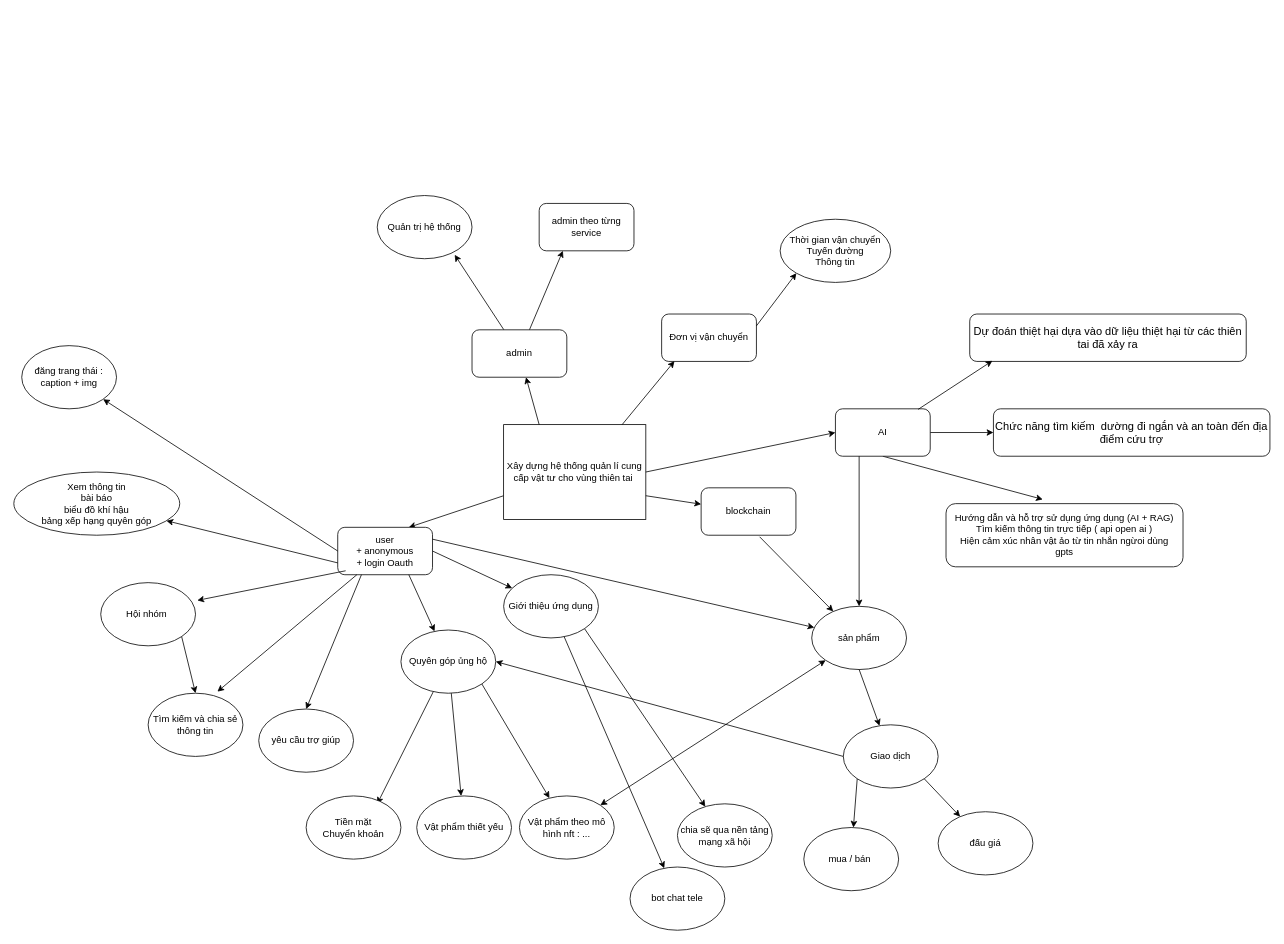
The draw.io diagram design.dio in cnkhUtc2/design, before the edit. Source tidied: cells renumbered, new cells numbered last; positions are measured from the earlier drawing's top-left corner, leaving out a move shared by most shapes. Both pictures are drawn from the tidied source at 79%, with x=0, y=0 at pixel (13, 195).
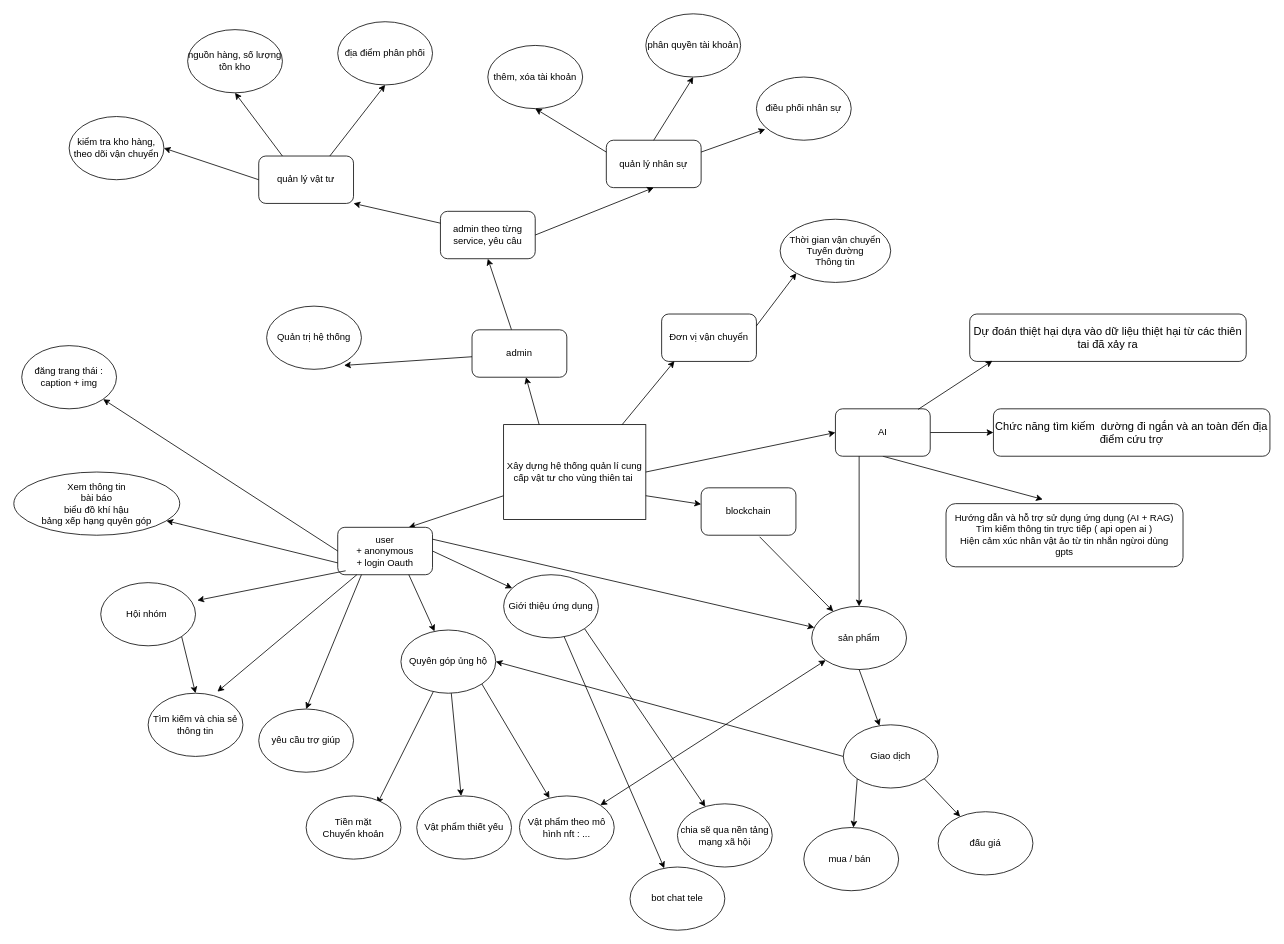
After the change.

Commit message:
thêm các chức năng chính cho admin

The change refers to these unchanged cells:
```xml
<mxCell id="24" value="admin" style="rounded=1;whiteSpace=wrap;html=1;" parent="1" vertex="1">
  <mxGeometry x="580" y="170" width="120" height="60" as="geometry" />
</mxCell>
```

What changed in the source:
```diff
@@
-    <mxCell id="23" style="edgeStyle=none;html=1;entryX=0.25;entryY=1;entryDx=0;entryDy=0;" parent="1" edge="1" source="24" target="61">
+    <mxCell id="23" style="edgeStyle=none;html=1;entryX=0.5;entryY=1;entryDx=0;entryDy=0;" parent="1" edge="1" source="24" target="61">
       <mxGeometry relative="1" as="geometry" />
     </mxCell>
@@
     <mxCell id="25" value="Quản trị hệ thống" style="ellipse;whiteSpace=wrap;html=1;" parent="1" vertex="1">
-      <mxGeometry x="460" width="120" height="80" as="geometry" />
+      <mxGeometry x="320" y="140" width="120" height="80" as="geometry" />
     </mxCell>
@@
-    <mxCell id="61" value="admin theo từng service" style="rounded=1;whiteSpace=wrap;html=1;" parent="1" vertex="1">
-      <mxGeometry x="665" y="10" width="120" height="60" as="geometry" />
+    <mxCell id="61" value="admin theo từng service, yêu câu" style="rounded=1;whiteSpace=wrap;html=1;" parent="1" vertex="1">
+      <mxGeometry x="540" y="20" width="120" height="60" as="geometry" />
     </mxCell>
+    <mxCell id="62" value="quản lý nhân sự" style="rounded=1;whiteSpace=wrap;html=1;" parent="1" vertex="1">
+      <mxGeometry x="750" y="-70" width="120" height="60" as="geometry" />
+    </mxCell>
+    <mxCell id="63" value="quản lý vật tư" style="rounded=1;whiteSpace=wrap;html=1;" parent="1" vertex="1">
+      <mxGeometry x="310" y="-50" width="120" height="60" as="geometry" />
+    </mxCell>
+    <mxCell id="64" value="nguồn hàng, số lượng tồn kho" style="ellipse;whiteSpace=wrap;html=1;" parent="1" vertex="1">
+      <mxGeometry x="220" y="-210" width="120" height="80" as="geometry" />
+    </mxCell>
+    <mxCell id="65" value="kiểm tra kho hàng, theo dõi vận chuyển" style="ellipse;whiteSpace=wrap;html=1;" parent="1" vertex="1">
+      <mxGeometry x="70" y="-100" width="120" height="80" as="geometry" />
+    </mxCell>
+    <mxCell id="66" value="địa điểm phân phối" style="ellipse;whiteSpace=wrap;html=1;" parent="1" vertex="1">
+      <mxGeometry x="410" y="-220" width="120" height="80" as="geometry" />
+    </mxCell>
+    <mxCell id="67" style="endArrow=classic;html=1;rounded=0;entryX=0.5;entryY=1;entryDx=0;entryDy=0;exitX=0.25;exitY=0;exitDx=0;exitDy=0;" parent="1" edge="1" source="63" target="64">
+      <mxGeometry relative="1" as="geometry" />
+    </mxCell>
+    <mxCell id="68" style="endArrow=classic;html=1;rounded=0;exitX=0.75;exitY=0;exitDx=0;exitDy=0;entryX=0.5;entryY=1;entryDx=0;entryDy=0;" parent="1" edge="1" source="63" target="66">
+      <mxGeometry relative="1" as="geometry" />
+    </mxCell>
+    <mxCell id="69" style="endArrow=classic;html=1;rounded=0;entryX=1;entryY=0.5;entryDx=0;entryDy=0;exitX=0;exitY=0.5;exitDx=0;exitDy=0;" parent="1" edge="1" source="63" target="65">
+      <mxGeometry relative="1" as="geometry" />
+    </mxCell>
+    <mxCell id="70" value="điều phối nhân sự" style="ellipse;whiteSpace=wrap;html=1;" parent="1" vertex="1">
+      <mxGeometry x="940" y="-150" width="120" height="80" as="geometry" />
+    </mxCell>
+    <mxCell id="71" value="phân quyền tài khoản" style="ellipse;whiteSpace=wrap;html=1;" parent="1" vertex="1">
+      <mxGeometry x="800" y="-230" width="120" height="80" as="geometry" />
+    </mxCell>
+    <mxCell id="72" value="thêm, xóa tài khoản" style="ellipse;whiteSpace=wrap;html=1;" parent="1" vertex="1">
+      <mxGeometry x="600" y="-190" width="120" height="80" as="geometry" />
+    </mxCell>
+    <mxCell id="73" style="endArrow=classic;html=1;rounded=0;exitX=1;exitY=0.5;exitDx=0;exitDy=0;entryX=0.5;entryY=1;entryDx=0;entryDy=0;" parent="1" edge="1" source="61" target="62">
+      <mxGeometry relative="1" as="geometry" />
+    </mxCell>
+    <mxCell id="74" style="endArrow=classic;html=1;rounded=0;entryX=1;entryY=1;entryDx=0;entryDy=0;exitX=0;exitY=0.25;exitDx=0;exitDy=0;" parent="1" edge="1" source="61" target="63">
+      <mxGeometry relative="1" as="geometry" />
+    </mxCell>
+    <mxCell id="75" style="endArrow=classic;html=1;rounded=0;entryX=0.5;entryY=1;entryDx=0;entryDy=0;exitX=0;exitY=0.25;exitDx=0;exitDy=0;" parent="1" edge="1" source="62" target="72">
+      <mxGeometry relative="1" as="geometry" />
+    </mxCell>
+    <mxCell id="76" style="endArrow=classic;html=1;rounded=0;entryX=0.5;entryY=1;entryDx=0;entryDy=0;exitX=0.5;exitY=0;exitDx=0;exitDy=0;" parent="1" edge="1" source="62" target="71">
+      <mxGeometry relative="1" as="geometry" />
+    </mxCell>
+    <mxCell id="77" style="endArrow=classic;html=1;rounded=0;entryX=0.093;entryY=0.827;entryDx=0;entryDy=0;entryPerimeter=0;exitX=1;exitY=0.25;exitDx=0;exitDy=0;" parent="1" edge="1" source="62" target="70">
+      <mxGeometry relative="1" as="geometry" />
+    </mxCell>
```
